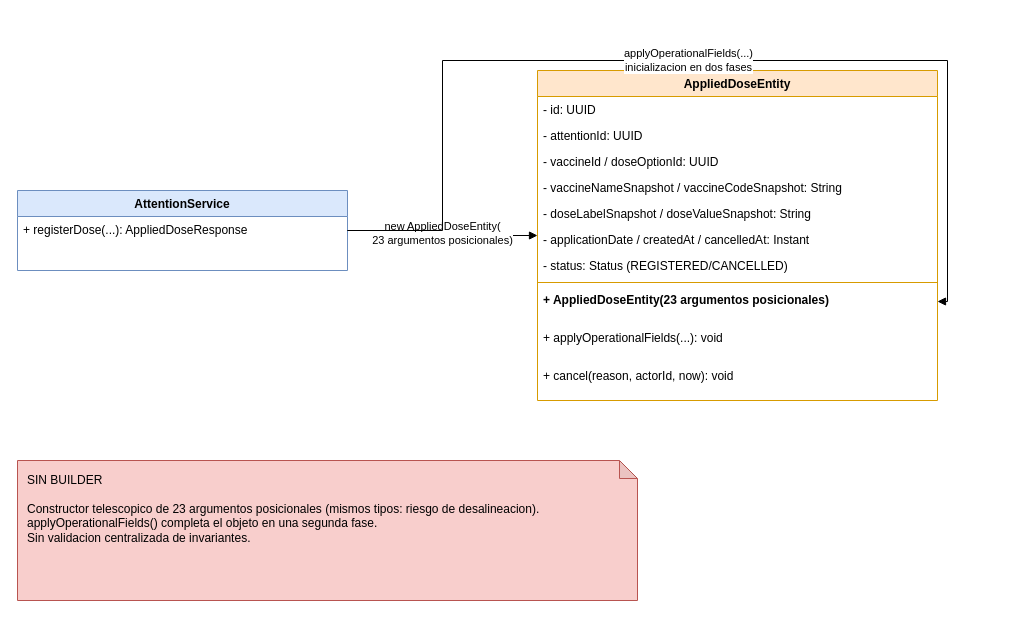
Before: docs/patterns-design/builder/builder-before.drawio in JormanNoriega/tu_vacuna_pai, a draw.io diagram. Source tidied: cells renumbered, new cells numbered last; positions are measured from the earlier drawing's top-left corner, leaving out a move shared by most shapes. Both pictures are drawn from the tidied source at 100%, with x=0, y=0 at pixel (17, 70).
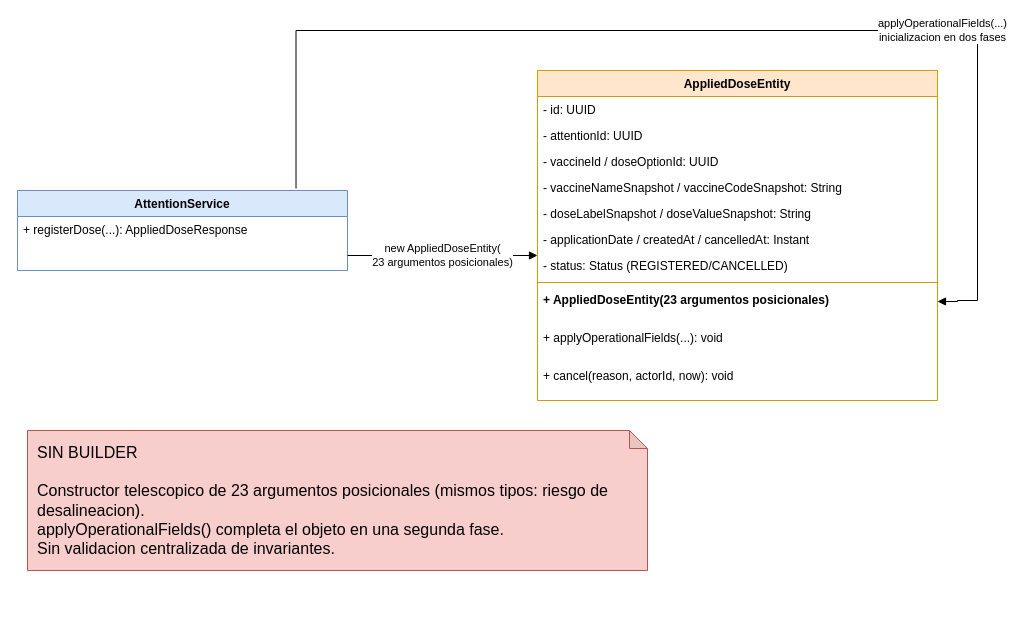
After the change.

Unchanged cells that the change refers to:
```xml
<mxCell id="2" value="AttentionService" style="swimlane;fontStyle=1;align=center;verticalAlign=top;horizontal=1;startSize=26;whiteSpace=wrap;html=1;fillColor=#dae8fc;strokeColor=#6c8ebf;" parent="1" vertex="1">
  <mxGeometry y="120" width="330" height="80" as="geometry" />
</mxCell>
<mxCell id="4" value="AppliedDoseEntity" style="swimlane;fontStyle=1;align=center;verticalAlign=top;horizontal=1;startSize=26;whiteSpace=wrap;html=1;fillColor=#ffe6cc;strokeColor=#d79b00;" parent="1" vertex="1">
  <mxGeometry x="520" width="400" height="330" as="geometry" />
</mxCell>
```

Diff of the diagram source:
```diff
@@
     <mxCell id="16" value="new AppliedDoseEntity(&#10;23 argumentos posicionales)" style="edgeStyle=orthogonalEdgeStyle;rounded=0;html=1;endArrow=block;" parent="1" edge="1" source="2" target="4">
-      <mxGeometry relative="1" as="geometry" />
+      <mxGeometry relative="1" as="geometry">
+        <Array as="points">
+          <mxPoint x="440" y="185" />
+          <mxPoint x="440" y="185" />
+        </Array>
+      </mxGeometry>
     </mxCell>
-    <mxCell id="17" value="applyOperationalFields(...)&#10;inicializacion en dos fases" style="edgeStyle=orthogonalEdgeStyle;rounded=0;html=1;endArrow=block;exitX=1;exitY=0.5;entryX=1;entryY=0.7;" parent="1" edge="1" source="2" target="4">
-      <mxGeometry relative="1" as="geometry" />
+    <mxCell id="17" value="applyOperationalFields(...)&#10;inicializacion en dos fases" style="edgeStyle=orthogonalEdgeStyle;rounded=0;html=1;endArrow=block;exitX=0.844;exitY=-0.025;entryX=1;entryY=0.7;exitDx=0;exitDy=0;exitPerimeter=0;" parent="1" edge="1" source="2" target="4">
+      <mxGeometry x="0.4" relative="1" as="geometry">
+        <Array as="points">
+          <mxPoint x="278.5" y="-40" />
+          <mxPoint x="960" y="-40" />
+          <mxPoint x="960" y="230" />
+          <mxPoint x="940" y="230" />
+          <mxPoint x="940" y="231" />
+        </Array>
+      </mxGeometry>
     </mxCell>
-    <mxCell id="18" value="SIN BUILDER&#10;&#10;Constructor telescopico de 23 argumentos posicionales (mismos tipos: riesgo de desalineacion).&#10;applyOperationalFields() completa el objeto en una segunda fase.&#10;Sin validacion centralizada de invariantes." style="shape=note;whiteSpace=wrap;html=1;backgroundOutline=1;darkOpacity=0.05;size=18;fillColor=#f8cecc;strokeColor=#b85450;align=left;verticalAlign=top;spacingLeft=8;spacingTop=6;" parent="1" vertex="1">
-      <mxGeometry y="390" width="620" height="140" as="geometry" />
+    <mxCell id="18" value="SIN BUILDER&#10;&#10;Constructor telescopico de 23 argumentos posicionales (mismos tipos: riesgo de desalineacion).&#10;applyOperationalFields() completa el objeto en una segunda fase.&#10;Sin validacion centralizada de invariantes." style="shape=note;whiteSpace=wrap;html=1;backgroundOutline=1;darkOpacity=0.05;size=18;fillColor=#f8cecc;strokeColor=#b85450;align=left;verticalAlign=top;spacingLeft=8;spacingTop=6;fontSize=16;" parent="1" vertex="1">
+      <mxGeometry x="10" y="360" width="620" height="140" as="geometry" />
     </mxCell>
```
